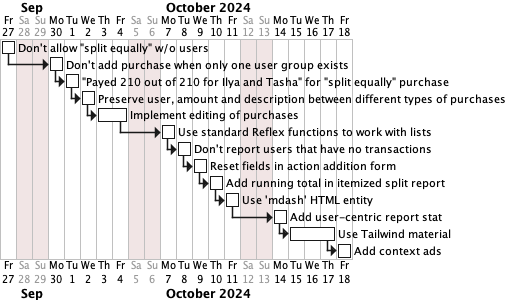
Before: plan_after_release.png, a diagram exported from PlantUML (tellary/split).
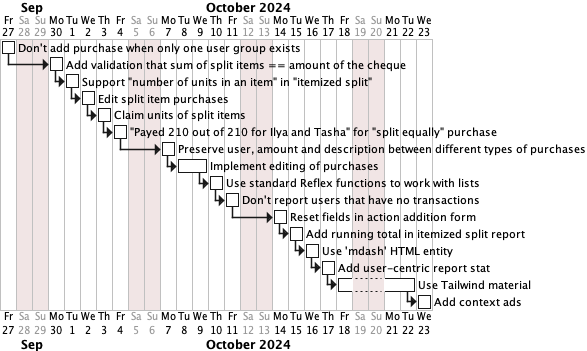
After the change.

Change to the diagram source:
```diff
@@ -4,8 +4,11 @@
 saturday are closed
 sunday are closed
 
-[Don't allow "split equally" w/o users] is 0% completed
 then [Don't add purchase when only one user group exists] is 0% completed
+then [Add validation that sum of split items == amount of the cheque] is 0% completed
+then [Support "number of units in an item" in "itemized split"] is 0% completed
+then [Edit split item purchases] is 0% completed
+then [Claim units of split items] is 0% completed
 then ["Payed 210 out of 210 for Ilya and Tasha" for "split equally" purchase] is 0% completed
 then [Preserve user, amount and description between different types of purchases] is 0% completed
 then [Implement editing of purchases] is 0% completed and requires 2 days
```
